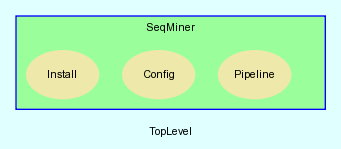
ddiez/seqminer keeps this Graphviz diagram as doc/dot/f_7.png. Above is the earlier version. Its source is kept beside it as doc/dot/f_7.dot.
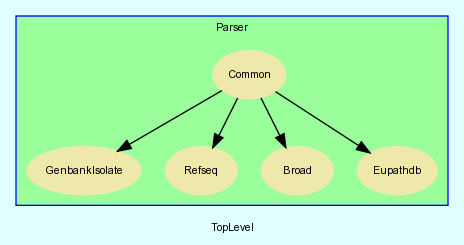
Later version of the same file.

Change to the diagram source:
```diff
@@ -10,45 +10,79 @@
         fontsize = 8
     ]
 
-    subgraph cluster_SeqMiner {
-        label = "SeqMiner"
+    Parser__Common -> Parser__GenbankIsolate [
+
+    ]
+
+    Parser__Common -> Parser__Refseq [
+
+    ]
+
+    Parser__Common -> Parser__Broad [
+
+    ]
+
+    Parser__Common -> Parser__Eupathdb [
+
+    ]
+
+    subgraph cluster_Parser {
+        label = "Parser"
         fillcolor = palegreen1
-        URL = "classes/SeqMiner.html"
+        URL = "classes/Parser.html"
         color = blue
         fontname = Arial
         style = filled
-        SeqMiner [
+        Parser [
             shape = plaintext,
             height = 0.01,
             width = 0.01,
             label = ""
         ]
 
-        SeqMiner__Pipeline [
+        Parser__GenbankIsolate [
             fontcolor = black,
             shape = ellipse,
-            URL = "classes/SeqMiner/Pipeline.html",
+            URL = "classes/Parser/GenbankIsolate.html",
             color = palegoldenrod,
             style = filled,
-            label = "Pipeline"
+            label = "GenbankIsolate"
         ]
 
-        SeqMiner__Config [
+        Parser__Common [
             fontcolor = black,
             shape = ellipse,
-            URL = "classes/SeqMiner/Config.html",
+            URL = "classes/Parser/Common.html",
             color = palegoldenrod,
             style = filled,
-            label = "Config"
+            label = "Common"
         ]
 
-        SeqMiner__Install [
+        Parser__Refseq [
             fontcolor = black,
             shape = ellipse,
-            URL = "classes/SeqMiner/Install.html",
+            URL = "classes/Parser/Refseq.html",
             color = palegoldenrod,
             style = filled,
-            label = "Install"
+            label = "Refseq"
+        ]
+
+        Parser__Broad [
+            fontcolor = black,
+            shape = ellipse,
+            URL = "classes/Parser/Broad.html",
+            color = palegoldenrod,
+            style = filled,
+            label = "Broad"
+        ]
+
+        Parser__Eupathdb [
+            fontcolor = black,
+            shape = ellipse,
+            URL = "classes/Parser/Eupathdb.html",
+            color = palegoldenrod,
+            style = filled,
+            label = "Eupathdb"
         ]
 
     }
```
